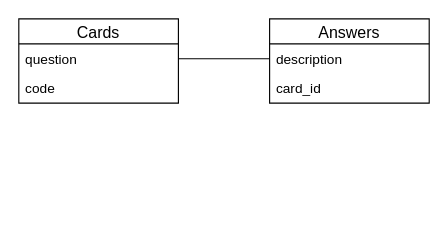
Before: cardsDB.drawio in wingerwingman/studycards-backend, a draw.io diagram. Source tidied: cells renumbered, new cells numbered last; positions are measured from the earlier drawing's top-left corner, leaving out a move shared by most shapes. Both pictures are drawn from the tidied source at 114%, with x=0, y=0 at pixel (18, 18).
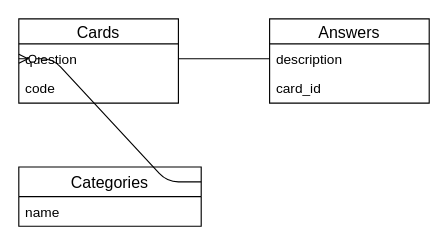
After the change.

Diff of the diagram source:
```diff
@@
 <mxGraphModel>
   <root>
     <mxCell id="0" />
     <mxCell id="1" parent="0" />
     <mxCell id="2" value="Cards" style="swimlane;fontStyle=0;horizontal=1;startSize=22;align=center;fontSize=14;" parent="1" vertex="1">
       <mxGeometry width="140" height="74" as="geometry" />
     </mxCell>
     <mxCell id="3" value="question" style="text;strokeColor=none;fillColor=none;spacingLeft=4;spacingRight=4;overflow=hidden;points=[[0,0.5],[1,0.5]];portConstraint=eastwest;fontSize=12;" parent="2" vertex="1">
       <mxGeometry y="22" width="140" height="26" as="geometry" />
     </mxCell>
     <mxCell id="4" value="code" style="text;strokeColor=none;fillColor=none;spacingLeft=4;spacingRight=4;overflow=hidden;fontSize=12;" parent="2" vertex="1">
       <mxGeometry y="48" width="140" height="26" as="geometry" />
     </mxCell>
     <mxCell id="5" value="Answers" style="swimlane;fontStyle=0;horizontal=1;startSize=22;align=center;fontSize=14;" parent="1" vertex="1">
       <mxGeometry x="220" width="140" height="74" as="geometry" />
     </mxCell>
     <mxCell id="6" value="description" style="text;strokeColor=none;fillColor=none;spacingLeft=4;spacingRight=4;overflow=hidden;points=[[0,0.5],[1,0.5]];portConstraint=eastwest;fontSize=12;" parent="5" vertex="1">
       <mxGeometry y="22" width="140" height="26" as="geometry" />
     </mxCell>
     <mxCell id="7" value="card_id" style="text;strokeColor=none;fillColor=none;spacingLeft=4;spacingRight=4;overflow=hidden;fontSize=12;" parent="5" vertex="1">
       <mxGeometry y="48" width="140" height="26" as="geometry" />
     </mxCell>
     <mxCell id="8" style="endArrow=none;html=1;rounded=0;exitX=1;exitY=0.5;exitDx=0;exitDy=0;entryX=0;entryY=0.5;entryDx=0;entryDy=0;" parent="1" edge="1" source="3" target="6">
       <mxGeometry relative="1" as="geometry" />
     </mxCell>
+    <mxCell id="9" value="Categories" style="swimlane;fontStyle=0;horizontal=1;startSize=26;align=center;fontSize=14;" parent="1" vertex="1">
+      <mxGeometry y="130" width="160" height="52" as="geometry" />
+    </mxCell>
+    <mxCell id="10" value="name" style="text;strokeColor=none;fillColor=none;spacingLeft=4;spacingRight=4;overflow=hidden;fontSize=12;" parent="9" vertex="1">
+      <mxGeometry y="26" width="160" height="26" as="geometry" />
+    </mxCell>
+    <mxCell id="11" style="edgeStyle=entityRelationEdgeStyle;fontSize=12;html=1;endArrow=ERzeroToMany;endFill=1;exitX=1;exitY=0.25;exitDx=0;exitDy=0;entryX=0;entryY=0.5;entryDx=0;entryDy=0;" parent="1" edge="1" source="9" target="3">
+      <mxGeometry relative="1" as="geometry" />
+    </mxCell>
   </root>
 </mxGraphModel>
```
